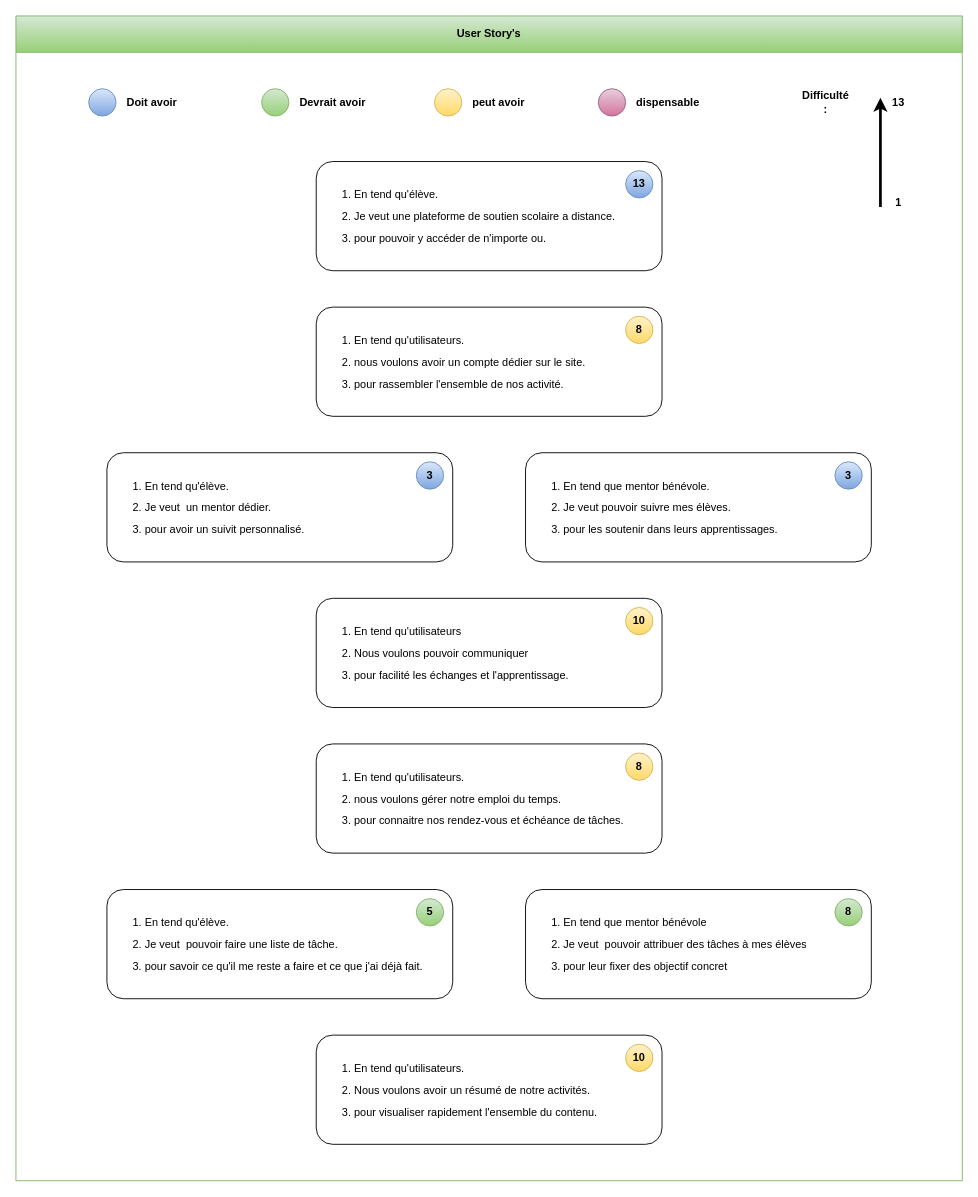
Before: User Story.drawio in CuteSlime/P3-Learn-home, a draw.io diagram. Source tidied: cells renumbered, new cells numbered last; positions are measured from the earlier drawing's top-left corner, leaving out a move shared by most shapes. Both pictures are drawn from the tidied source at 91%, with x=0, y=0 at pixel (15, 15).
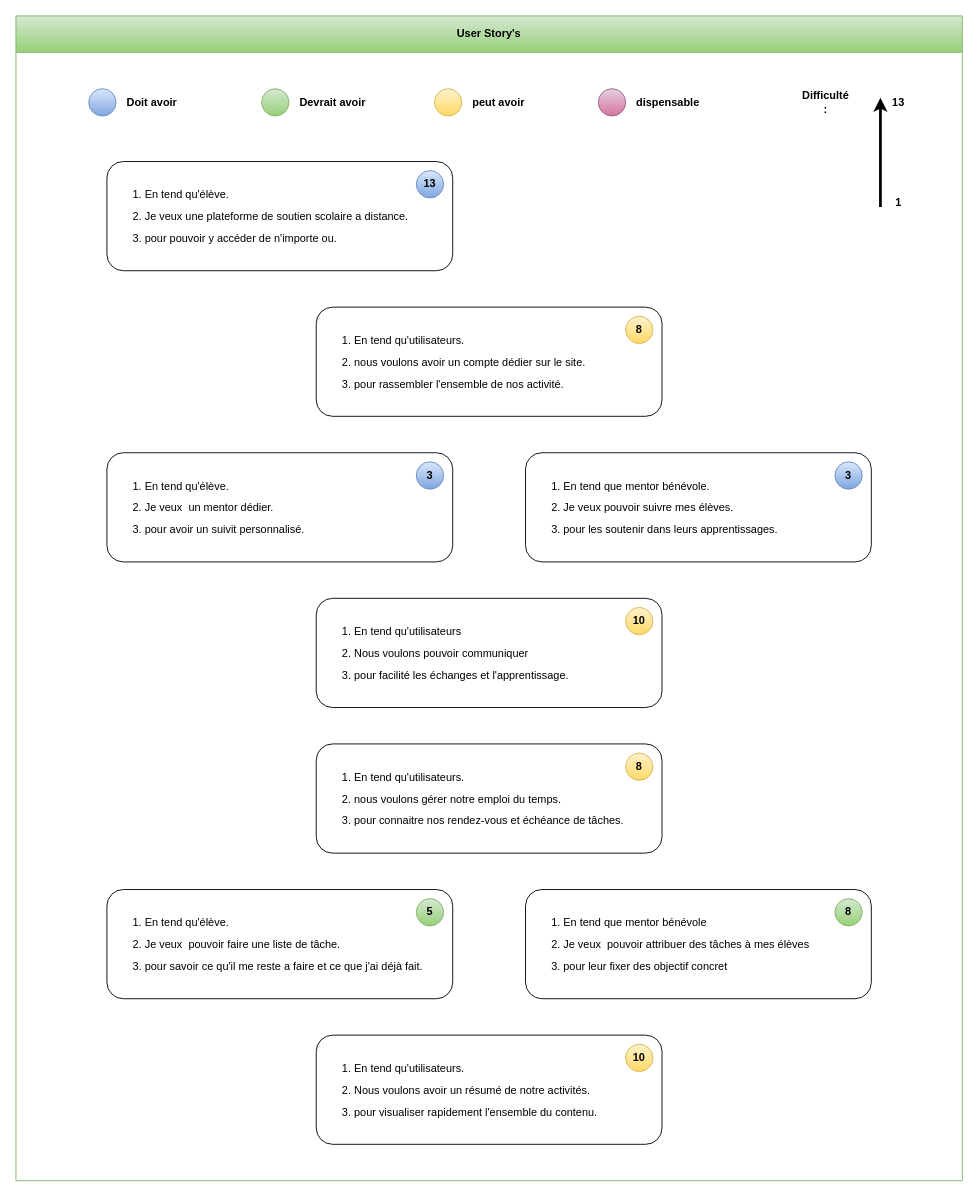
Above is the later version.

Commit message:
Mettre à jour User Story.drawio

Unchanged cells that the change refers to:
```xml
<mxCell id="2" value="User Story's" style="swimlane;whiteSpace=wrap;html=1;startSize=40;fillColor=#d5e8d4;gradientColor=#97d077;strokeColor=#82b366;" parent="1" vertex="1">
  <mxGeometry width="1040" height="1280" as="geometry" />
</mxCell>
<mxCell id="3" style="group;" parent="2" vertex="1">
  <mxGeometry x="100" y="960" width="380" height="120" as="geometry" />
</mxCell>
<mxCell id="11" style="group;" parent="2" vertex="1">
  <mxGeometry x="100" y="480" width="380" height="120" as="geometry" />
</mxCell>
<mxCell id="19" style="group;" parent="2" vertex="1">
  <mxGeometry x="560" y="480" width="380" height="120" as="geometry" />
</mxCell>
<mxCell id="23" style="group;" parent="2" vertex="1">
  <mxGeometry x="560" y="960" width="380" height="120" as="geometry" />
</mxCell>
```

The edit, as a diff of the source:
```diff
@@
-    <mxCell id="5" value="&lt;ol style=&quot;line-height: 200%;&quot;&gt;&lt;li&gt;En tend qu'élève.&lt;br&gt;&lt;/li&gt;&lt;li&gt;Je veut&amp;nbsp; pouvoir faire une liste de tâche.&lt;br&gt;&lt;/li&gt;&lt;li&gt;pour savoir ce qu'il me reste a faire et ce que j'ai déjà fait.&lt;br&gt;&lt;/li&gt;&lt;/ol&gt;" style="text;strokeColor=none;fillColor=none;align=left;verticalAlign=middle;spacingLeft=0;spacingRight=4;overflow=hidden;whiteSpace=wrap;html=1;spacing=2;spacingTop=4;spacingBottom=4;imageAspect=1;" parent="3" vertex="1">
+    <mxCell id="5" value="&lt;ol style=&quot;line-height: 200%;&quot;&gt;&lt;li&gt;En tend qu'élève.&lt;br&gt;&lt;/li&gt;&lt;li&gt;Je veux&amp;nbsp; pouvoir faire une liste de tâche.&lt;br&gt;&lt;/li&gt;&lt;li&gt;pour savoir ce qu'il me reste a faire et ce que j'ai déjà fait.&lt;br&gt;&lt;/li&gt;&lt;/ol&gt;" style="text;strokeColor=none;fillColor=none;align=left;verticalAlign=middle;spacingLeft=0;spacingRight=4;overflow=hidden;whiteSpace=wrap;html=1;spacing=2;spacingTop=4;spacingBottom=4;imageAspect=1;" parent="3" vertex="1">
       <mxGeometry width="380" height="120" as="geometry" />
     </mxCell>
@@
-    <mxCell id="13" value="&lt;ol style=&quot;line-height: 200%;&quot;&gt;&lt;li&gt;En tend qu'élève.&lt;/li&gt;&lt;li&gt;Je veut&amp;nbsp; un mentor dédier.&lt;br&gt;&lt;/li&gt;&lt;li&gt;pour avoir un suivit personnalisé.&lt;br&gt;&lt;/li&gt;&lt;/ol&gt;" style="text;strokeColor=none;fillColor=none;align=left;verticalAlign=middle;spacingLeft=0;spacingRight=4;overflow=hidden;whiteSpace=wrap;html=1;spacing=2;spacingTop=4;spacingBottom=4;imageAspect=1;" parent="11" vertex="1">
+    <mxCell id="13" value="&lt;ol style=&quot;line-height: 200%;&quot;&gt;&lt;li&gt;En tend qu'élève.&lt;/li&gt;&lt;li&gt;Je veux&amp;nbsp; un mentor dédier.&lt;br&gt;&lt;/li&gt;&lt;li&gt;pour avoir un suivit personnalisé.&lt;br&gt;&lt;/li&gt;&lt;/ol&gt;" style="text;strokeColor=none;fillColor=none;align=left;verticalAlign=middle;spacingLeft=0;spacingRight=4;overflow=hidden;whiteSpace=wrap;html=1;spacing=2;spacingTop=4;spacingBottom=4;imageAspect=1;" parent="11" vertex="1">
       <mxGeometry width="380" height="120" as="geometry" />
     </mxCell>
@@
     <mxCell id="15" style="group;fontStyle=0;" parent="2" vertex="1">
-      <mxGeometry x="330" y="160" width="380" height="120" as="geometry" />
+      <mxGeometry x="100" y="160" width="380" height="120" as="geometry" />
     </mxCell>
@@
-    <mxCell id="17" value="&lt;ol style=&quot;line-height: 200%;&quot;&gt;&lt;li&gt;En tend qu'élève.&lt;br&gt;&lt;/li&gt;&lt;li&gt;Je veut une plateforme de soutien scolaire a distance.&lt;br&gt;&lt;/li&gt;&lt;li&gt;pour pouvoir y accéder de n'importe ou.&lt;br&gt;&lt;/li&gt;&lt;/ol&gt;" style="text;strokeColor=none;fillColor=none;align=left;verticalAlign=middle;spacingLeft=0;spacingRight=4;overflow=hidden;whiteSpace=wrap;html=1;spacing=2;spacingTop=4;spacingBottom=4;imageAspect=1;" parent="15" vertex="1">
+    <mxCell id="17" value="&lt;ol style=&quot;line-height: 200%;&quot;&gt;&lt;li&gt;En tend qu'élève.&lt;br&gt;&lt;/li&gt;&lt;li&gt;Je veux une plateforme de soutien scolaire a distance.&lt;br&gt;&lt;/li&gt;&lt;li&gt;pour pouvoir y accéder de n'importe ou.&lt;br&gt;&lt;/li&gt;&lt;/ol&gt;" style="text;strokeColor=none;fillColor=none;align=left;verticalAlign=middle;spacingLeft=0;spacingRight=4;overflow=hidden;whiteSpace=wrap;html=1;spacing=2;spacingTop=4;spacingBottom=4;imageAspect=1;" parent="15" vertex="1">
       <mxGeometry width="380" height="120" as="geometry" />
     </mxCell>
@@
-    <mxCell id="21" value="&lt;ol style=&quot;line-height: 200%;&quot;&gt;&lt;li&gt;En tend que mentor bénévole.&lt;br&gt;&lt;/li&gt;&lt;li&gt;Je veut pouvoir suivre mes élèves.&lt;br&gt;&lt;/li&gt;&lt;li&gt;pour les soutenir dans leurs apprentissages.&lt;br&gt;&lt;/li&gt;&lt;/ol&gt;" style="text;strokeColor=none;fillColor=none;align=left;verticalAlign=middle;spacingLeft=0;spacingRight=4;overflow=hidden;whiteSpace=wrap;html=1;spacing=2;spacingTop=4;spacingBottom=4;imageAspect=1;" parent="19" vertex="1">
+    <mxCell id="21" value="&lt;ol style=&quot;line-height: 200%;&quot;&gt;&lt;li&gt;En tend que mentor bénévole.&lt;br&gt;&lt;/li&gt;&lt;li&gt;Je veux pouvoir suivre mes élèves.&lt;br&gt;&lt;/li&gt;&lt;li&gt;pour les soutenir dans leurs apprentissages.&lt;br&gt;&lt;/li&gt;&lt;/ol&gt;" style="text;strokeColor=none;fillColor=none;align=left;verticalAlign=middle;spacingLeft=0;spacingRight=4;overflow=hidden;whiteSpace=wrap;html=1;spacing=2;spacingTop=4;spacingBottom=4;imageAspect=1;" parent="19" vertex="1">
       <mxGeometry width="380" height="120" as="geometry" />
     </mxCell>
@@
-    <mxCell id="25" value="&lt;ol style=&quot;line-height: 200%;&quot;&gt;&lt;li&gt;En tend que mentor bénévole&lt;br&gt;&lt;/li&gt;&lt;li&gt;Je veut&amp;nbsp; pouvoir attribuer des tâches à mes élèves&lt;br&gt;&lt;/li&gt;&lt;li&gt;pour leur fixer des objectif concret&lt;br&gt;&lt;/li&gt;&lt;/ol&gt;" style="text;strokeColor=none;fillColor=none;align=left;verticalAlign=middle;spacingLeft=0;spacingRight=4;overflow=hidden;whiteSpace=wrap;html=1;spacing=2;spacingTop=4;spacingBottom=4;imageAspect=1;" parent="23" vertex="1">
+    <mxCell id="25" value="&lt;ol style=&quot;line-height: 200%;&quot;&gt;&lt;li&gt;En tend que mentor bénévole&lt;br&gt;&lt;/li&gt;&lt;li&gt;Je veux&amp;nbsp; pouvoir attribuer des tâches à mes élèves&lt;br&gt;&lt;/li&gt;&lt;li&gt;pour leur fixer des objectif concret&lt;br&gt;&lt;/li&gt;&lt;/ol&gt;" style="text;strokeColor=none;fillColor=none;align=left;verticalAlign=middle;spacingLeft=0;spacingRight=4;overflow=hidden;whiteSpace=wrap;html=1;spacing=2;spacingTop=4;spacingBottom=4;imageAspect=1;" parent="23" vertex="1">
       <mxGeometry width="380" height="120" as="geometry" />
     </mxCell>
```
